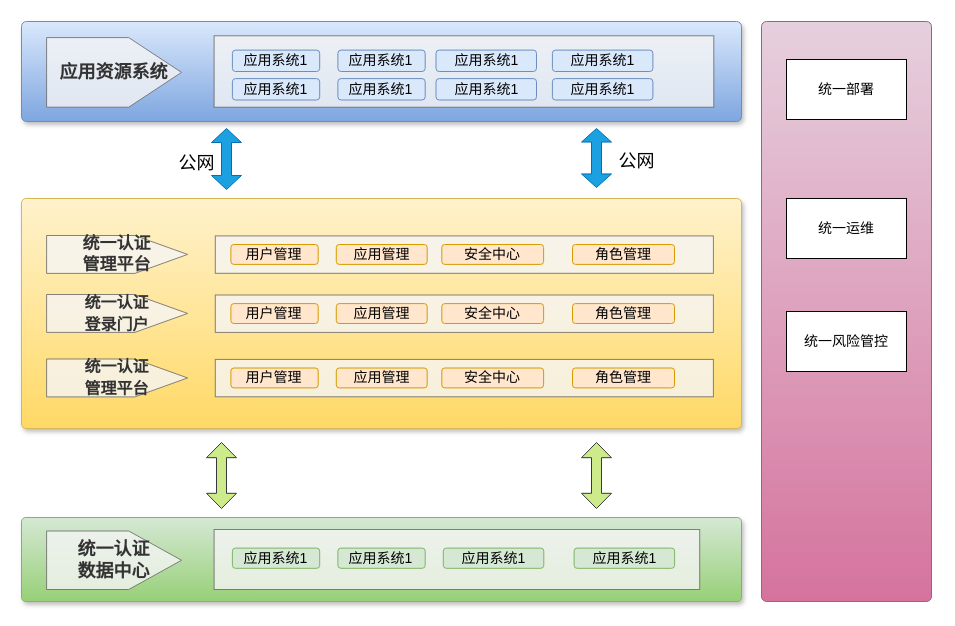
Before: 东庄信息化项目-统一权限管理.drawio in sun-beijixing/drawio, a draw.io diagram. Source tidied: cells renumbered, new cells numbered last; positions are measured from the earlier drawing's top-left corner, leaving out a move shared by most shapes. Both pictures are drawn from the tidied source at 100%, with x=0, y=0 at pixel (21, 21).
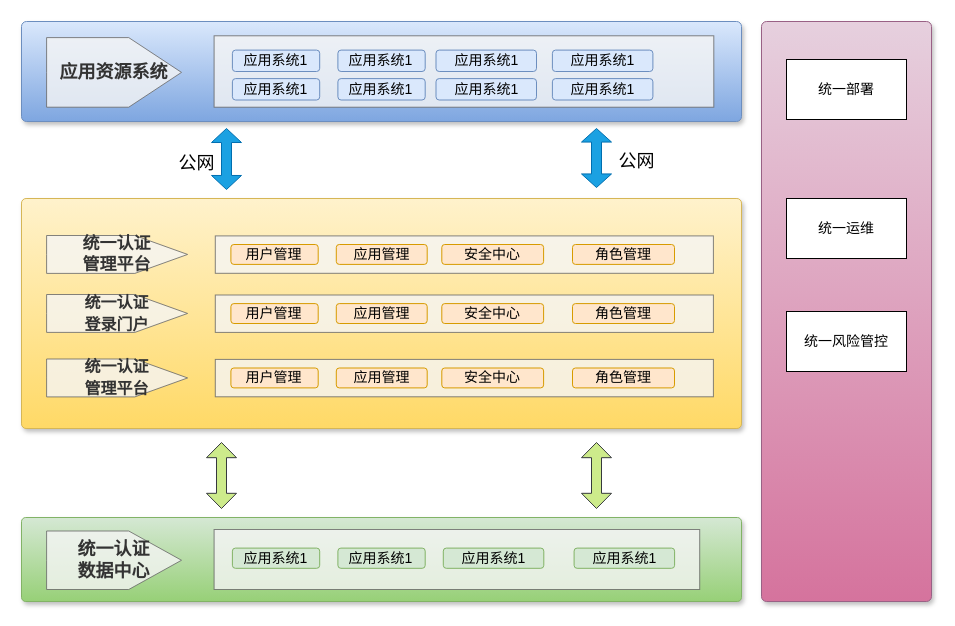
Above is the later version.

Commit message (it also covers changes not shown here):
更新东庄信息化项目-统一权限管理.drawio

The edit, as a diff of the source:
```diff
@@
-    <mxCell id="45" style="rounded=1;whiteSpace=wrap;html=1;fontSize=14;arcSize=3;fillColor=#e6d0de;strokeColor=#996185;gradientColor=#d5739d;" parent="1" vertex="1">
+    <mxCell id="45" style="rounded=1;whiteSpace=wrap;html=1;fontSize=14;arcSize=3;fillColor=#e6d0de;strokeColor=#996185;gradientColor=#d5739d;shadow=1;" parent="1" vertex="1">
       <mxGeometry x="740" width="170" height="580" as="geometry" />
     </mxCell>
```
